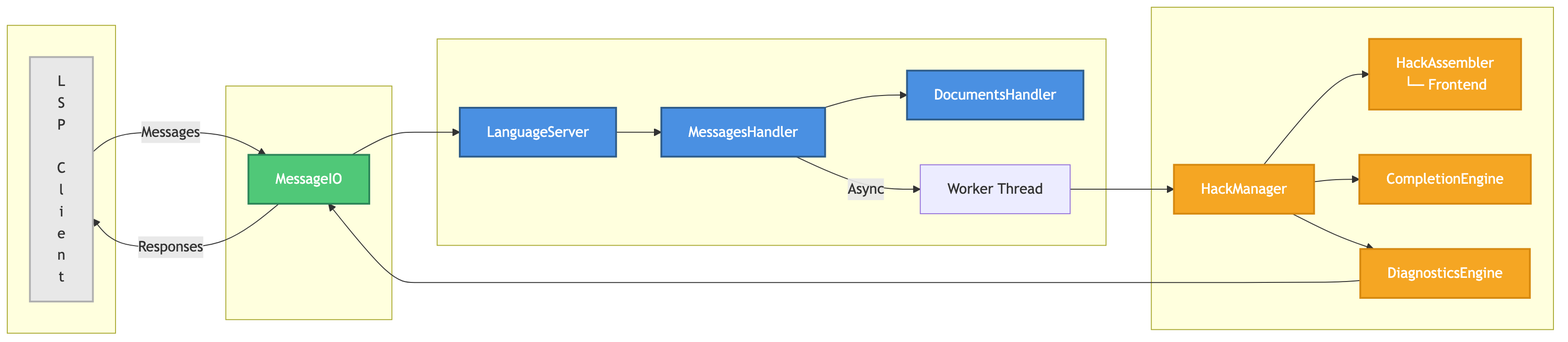
enochakinbode/hack-ls keeps this Mermaid diagram as docs/architecture.png. Above is the earlier version. Its source is kept beside it as docs/architecture.mmd.
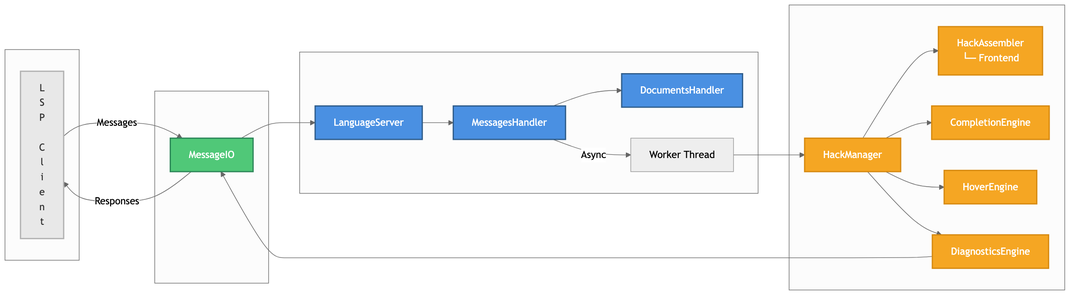
After the commit.

Change to the diagram source:
```diff
@@ -18,6 +18,7 @@
         HM[HackManager]
         HA[HackAssembler<br/>└─ Frontend]
         CE[CompletionEngine]
+        HE[HoverEngine]
         DE[DiagnosticsEngine]
     end
 
@@ -29,6 +30,7 @@
     WT --> HM
     HM --> HA
     HM --> CE
+    HM --> HE
     HM --> DE
     DE --> IO
     IO -->|Responses| LSP
@@ -39,6 +41,7 @@
     style HM fill:#F5A623,stroke:#D68910,stroke-width:2px,color:#fff
     style HA fill:#F5A623,stroke:#D68910,stroke-width:2px,color:#fff
     style CE fill:#F5A623,stroke:#D68910,stroke-width:2px,color:#fff
+    style HE fill:#F5A623,stroke:#D68910,stroke-width:2px,color:#fff
     style DE fill:#F5A623,stroke:#D68910,stroke-width:2px,color:#fff
     style IO fill:#50C878,stroke:#2D8659,stroke-width:2px,color:#fff
     style LSP fill:#E8E8E8,stroke:#B0B0B0,stroke-width:2px,color:#333
```
